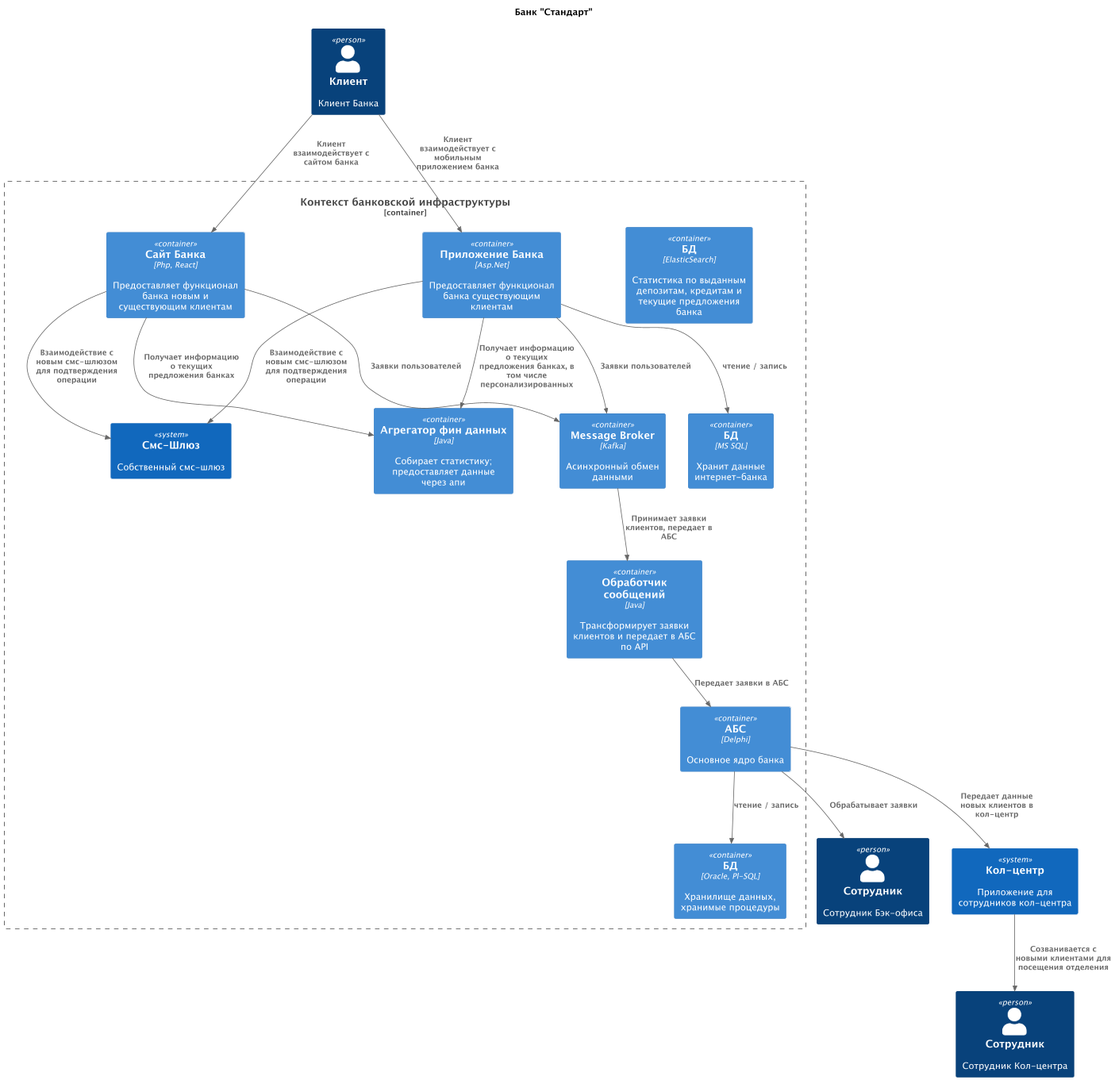
This is Task3/Task3_Container-___.png from evsi92/architecture-standart, a PlantUML export, as it was before one commit.
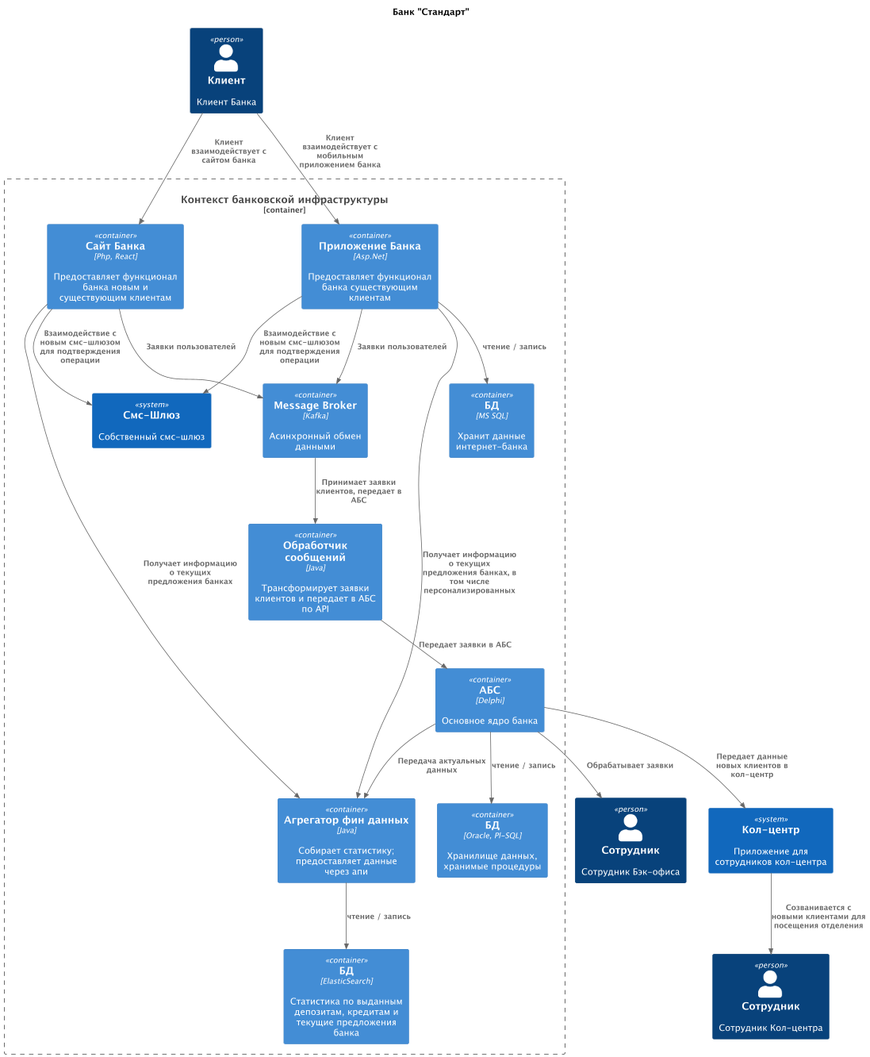
After the commit.

Commit message:
Task4 added roadmap

What changed in the source:
```diff
@@ -37,6 +37,8 @@
 
 Rel(application, aggregatorFinanceData,"Получает информацию о текущих предложения банках, в том числе персонализированных")
 Rel(site, aggregatorFinanceData,"Получает информацию о текущих предложения банках")
+Rel(aggregatorFinanceData, elastic,"чтение / запись")
+Rel(abc, aggregatorFinanceData,"Передача актуальных данных")
 
 Rel(site, smsGateway,"Взаимодействие с новым смс-шлюзом для подтверждения операции")
 Rel(application, smsGateway,"Взаимодействие с новым смс-шлюзом для подтверждения операции")
```
